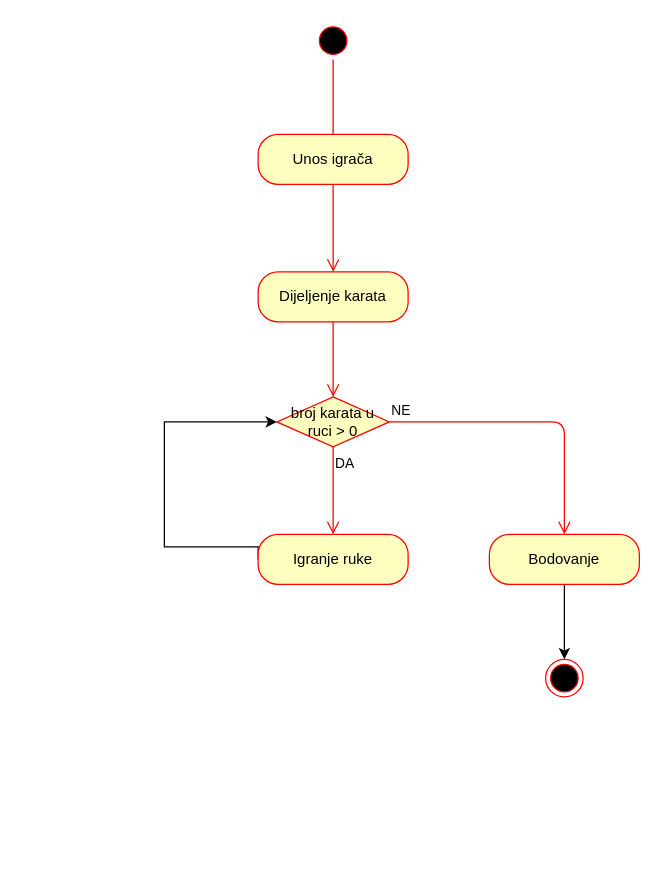
This is page "Activity: Igranje tresete" (2 of 10) of Dijagram.drawio from TheRealJoci/Tressette-Terminal-Card-Game, a draw.io file, before an edit. Source tidied: cells renumbered, new cells numbered last; positions are measured from the earlier drawing's top-left corner, leaving out a move shared by most shapes. Both pictures are drawn from the tidied source at 125%, with x=0, y=0 at pixel (164, 21).
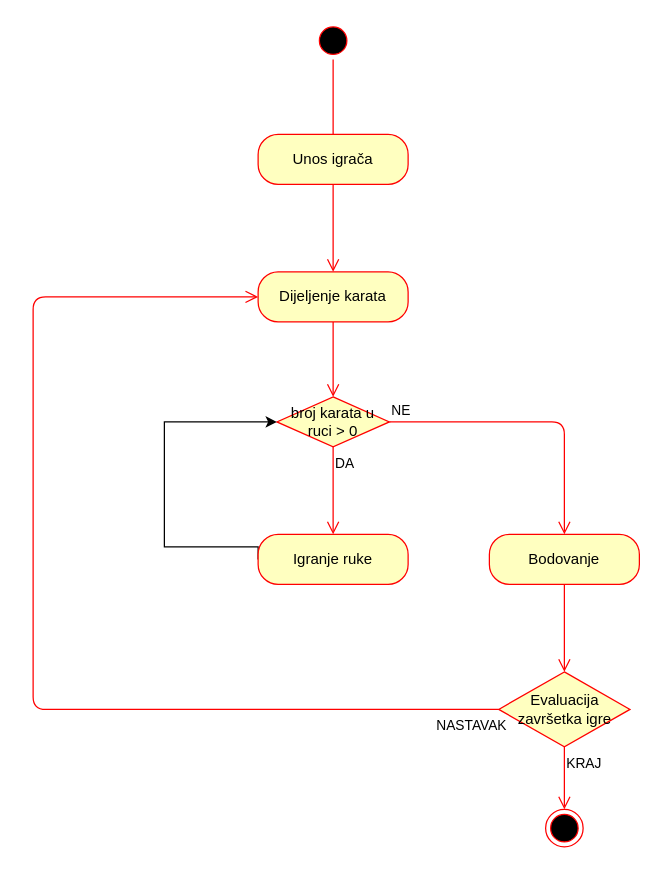
Above is the later version.

Unchanged cells that the change refers to:
```xml
<mxCell id="6" value="Dijeljenje karata" style="rounded=1;whiteSpace=wrap;html=1;arcSize=40;fontColor=#000000;fillColor=#ffffc0;strokeColor=#ff0000;" parent="1" vertex="1">
  <mxGeometry x="75" y="200" width="120" height="40" as="geometry" />
</mxCell>
<mxCell id="12" value="Bodovanje" style="rounded=1;whiteSpace=wrap;html=1;arcSize=40;fontColor=#000000;fillColor=#ffffc0;strokeColor=#ff0000;" parent="1" vertex="1">
  <mxGeometry x="260" y="410" width="120" height="40" as="geometry" />
</mxCell>
```

Change to the diagram source:
```diff
@@
-    <mxCell id="11" style="edgeStyle=orthogonalEdgeStyle;rounded=0;jettySize=auto;html=1;exitX=0.5;exitY=1;exitDx=0;exitDy=0;entryX=0.5;entryY=0;entryDx=0;entryDy=0;" parent="1" edge="1" source="12" target="13">
-      <mxGeometry relative="1" as="geometry" />
-    </mxCell>
@@
     <mxCell id="13" style="ellipse;html=1;shape=endState;fillColor=#000000;strokeColor=#ff0000;" parent="1" vertex="1">
-      <mxGeometry x="305" y="510" width="30" height="30" as="geometry" />
+      <mxGeometry x="305" y="630" width="30" height="30" as="geometry" />
     </mxCell>
@@
+    <mxCell id="16" value="Evaluacija završetka igre" style="rhombus;whiteSpace=wrap;html=1;fillColor=#ffffc0;strokeColor=#ff0000;" parent="1" vertex="1">
+      <mxGeometry x="267.5" y="520" width="105" height="60" as="geometry" />
+    </mxCell>
+    <mxCell id="17" value="KRAJ" style="edgeStyle=orthogonalEdgeStyle;html=1;align=left;verticalAlign=top;endArrow=open;endSize=8;strokeColor=#ff0000;" parent="1" edge="1" source="16">
+      <mxGeometry x="-1" relative="1" as="geometry">
+        <mxPoint x="320" y="630" as="targetPoint" />
+        <Array as="points">
+          <mxPoint x="320" y="630" />
+        </Array>
+      </mxGeometry>
+    </mxCell>
+    <mxCell id="18" style="edgeStyle=orthogonalEdgeStyle;html=1;align=left;verticalAlign=top;endArrow=open;endSize=8;strokeColor=#ff0000;exitX=0.5;exitY=1;exitDx=0;exitDy=0;entryX=0.5;entryY=0;entryDx=0;entryDy=0;" parent="1" edge="1" source="12" target="16">
+      <mxGeometry x="-1" relative="1" as="geometry" />
+    </mxCell>
+    <mxCell id="19" value="NASTAVAK" style="edgeStyle=orthogonalEdgeStyle;html=1;align=left;verticalAlign=top;endArrow=open;endSize=8;strokeColor=#ff0000;exitX=0;exitY=0.5;exitDx=0;exitDy=0;entryX=0;entryY=0.5;entryDx=0;entryDy=0;" parent="1" edge="1" source="16" target="6">
+      <mxGeometry x="-0.88" relative="1" as="geometry">
+        <Array as="points">
+          <mxPoint x="-105" y="550" />
+          <mxPoint x="-105" y="220" />
+        </Array>
+        <mxPoint x="1" as="offset" />
+      </mxGeometry>
+    </mxCell>
```
